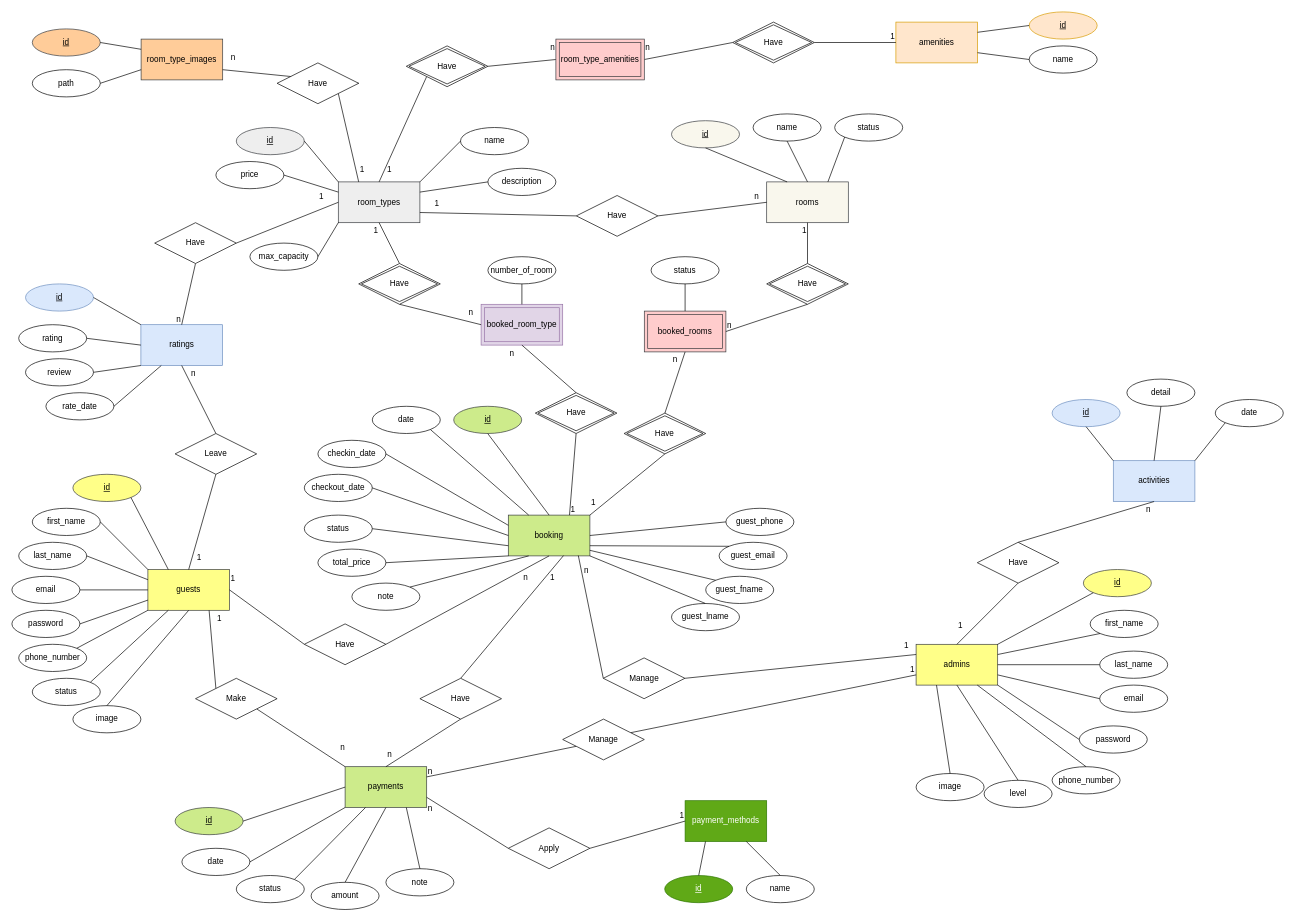
Before: db_design/hotel_project2.drawio in tamgtasa2611/hotel_project2, a draw.io diagram. Source tidied: cells renumbered, new cells numbered last; positions are measured from the earlier drawing's top-left corner, leaving out a move shared by most shapes. Both pictures are drawn from the tidied source at 68%, with x=0, y=0 at pixel (12, 12).
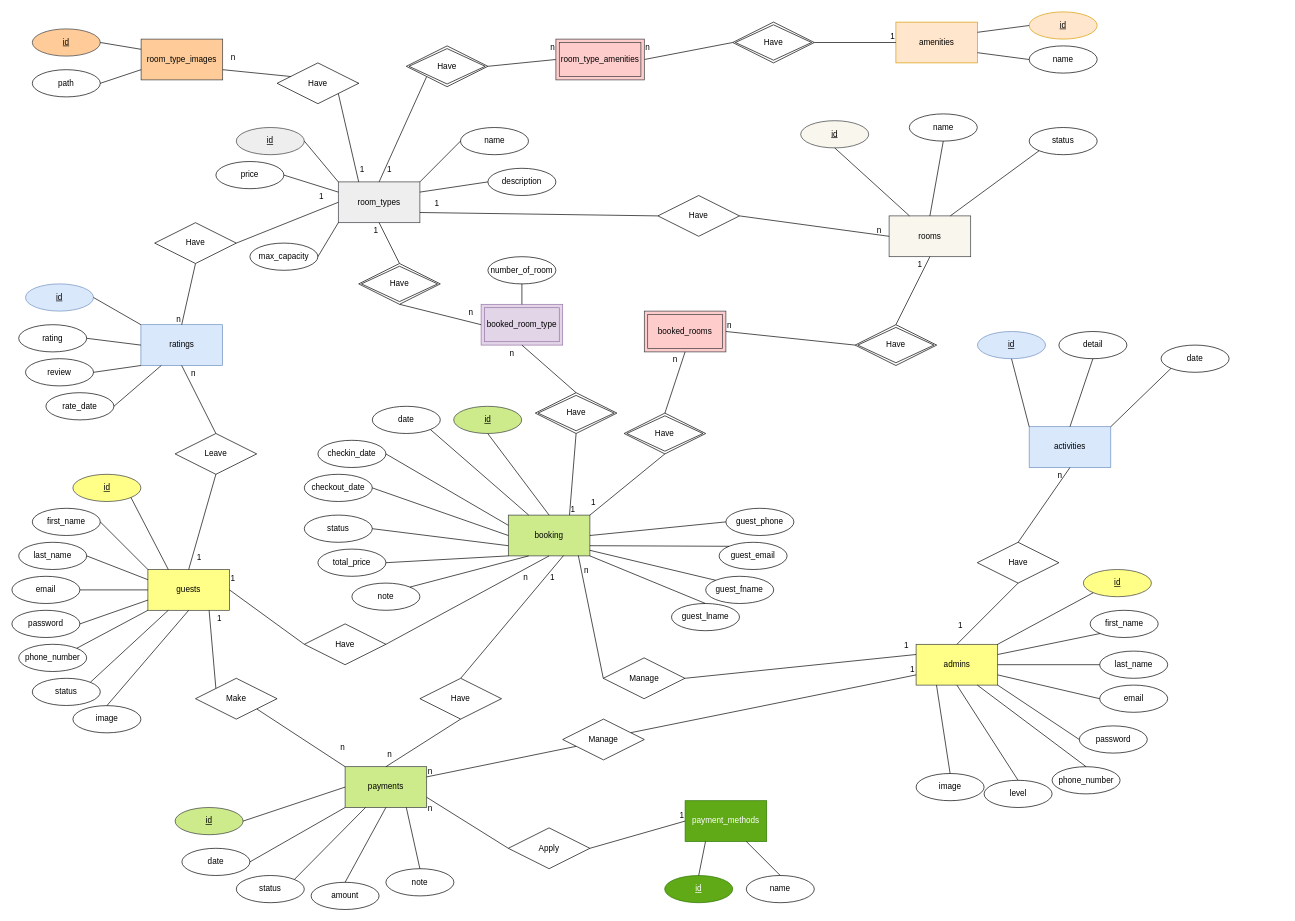
The same page after the edit.

Unchanged cells that the change refers to:
```xml
<mxCell id="127" style="endArrow=none;html=1;rounded=0;exitX=0.5;exitY=0;exitDx=0;exitDy=0;entryX=0.5;entryY=1;entryDx=0;entryDy=0;" parent="1" edge="1" source="131" target="120">
  <mxGeometry relative="1" as="geometry" />
</mxCell>
<mxCell id="185" value="booked_rooms" style="shape=ext;margin=3;double=1;whiteSpace=wrap;html=1;align=center;fillColor=#ffcccc;strokeColor=#36393d;" parent="1" vertex="1">
  <mxGeometry x="930" y="440" width="120" height="60" as="geometry" />
</mxCell>
<mxCell id="186" style="endArrow=none;html=1;rounded=0;exitX=0.5;exitY=0;exitDx=0;exitDy=0;entryX=0.5;entryY=1;entryDx=0;entryDy=0;" parent="1" edge="1" source="190" target="4">
  <mxGeometry relative="1" as="geometry" />
</mxCell>
```

What changed in the source:
```diff
@@
     <mxCell id="4" value="rooms" style="rounded=0;whiteSpace=wrap;html=1;fillColor=#f9f7ed;strokeColor=#36393d;" parent="1" vertex="1">
-      <mxGeometry x="1110" y="250" width="120" height="60" as="geometry" />
+      <mxGeometry x="1290" y="300" width="120" height="60" as="geometry" />
     </mxCell>
@@
     <mxCell id="14" value="&lt;u&gt;id&lt;/u&gt;" style="ellipse;whiteSpace=wrap;html=1;align=center;fillColor=#f9f7ed;strokeColor=#36393d;" parent="1" vertex="1">
-      <mxGeometry x="970" y="160" width="100" height="40" as="geometry" />
+      <mxGeometry x="1160" y="160" width="100" height="40" as="geometry" />
     </mxCell>
@@
     <mxCell id="16" value="name" style="ellipse;whiteSpace=wrap;html=1;align=center;" parent="1" vertex="1">
-      <mxGeometry x="1090" y="150" width="100" height="40" as="geometry" />
+      <mxGeometry x="1319.7" y="150" width="100" height="40" as="geometry" />
     </mxCell>
@@
     <mxCell id="22" value="Have" style="shape=rhombus;perimeter=rhombusPerimeter;whiteSpace=wrap;html=1;align=center;" parent="1" vertex="1">
-      <mxGeometry x="830" y="270" width="120" height="60" as="geometry" />
+      <mxGeometry x="950" y="270" width="120" height="60" as="geometry" />
     </mxCell>
@@
     <mxCell id="120" value="activities" style="rounded=0;whiteSpace=wrap;html=1;fillColor=#dae8fc;strokeColor=#6c8ebf;" parent="1" vertex="1">
-      <mxGeometry x="1619.7" y="660" width="120" height="60" as="geometry" />
+      <mxGeometry x="1496" y="610" width="120" height="60" as="geometry" />
     </mxCell>
     <mxCell id="121" value="&lt;u&gt;id&lt;/u&gt;" style="ellipse;whiteSpace=wrap;html=1;align=center;fillColor=#dae8fc;strokeColor=#6c8ebf;" parent="1" vertex="1">
-      <mxGeometry x="1529.7" y="570" width="100" height="40" as="geometry" />
+      <mxGeometry x="1420" y="470" width="100" height="40" as="geometry" />
     </mxCell>
@@
     <mxCell id="123" value="date" style="ellipse;whiteSpace=wrap;html=1;align=center;" parent="1" vertex="1">
-      <mxGeometry x="1769.7" y="570" width="100" height="40" as="geometry" />
+      <mxGeometry x="1690" y="490" width="100" height="40" as="geometry" />
     </mxCell>
@@
     <mxCell id="125" value="detail" style="ellipse;whiteSpace=wrap;html=1;align=center;" parent="1" vertex="1">
-      <mxGeometry x="1639.7" y="540" width="100" height="40" as="geometry" />
+      <mxGeometry x="1539.7" y="470" width="100" height="40" as="geometry" />
     </mxCell>
@@
     <mxCell id="128" value="n" style="html=1;whiteSpace=wrap;align=right;verticalAlign=bottom;" parent="127" vertex="1">
       <mxGeometry x="1" relative="1" as="geometry">
-        <mxPoint x="-4" y="20" as="offset" />
+        <mxPoint x="-10" y="20" as="offset" />
       </mxGeometry>
     </mxCell>
@@
     <mxCell id="151" value="status" style="ellipse;whiteSpace=wrap;html=1;align=center;" parent="1" vertex="1">
-      <mxGeometry x="1210" y="150" width="100" height="40" as="geometry" />
+      <mxGeometry x="1496" y="170" width="100" height="40" as="geometry" />
     </mxCell>
@@
     <mxCell id="187" value="1" style="html=1;whiteSpace=wrap;align=right;verticalAlign=bottom;" parent="186" vertex="1">
       <mxGeometry x="1" relative="1" as="geometry">
-        <mxPoint y="20" as="offset" />
+        <mxPoint x="-10" y="20" as="offset" />
       </mxGeometry>
     </mxCell>
-    <mxCell id="188" style="endArrow=none;html=1;rounded=0;exitX=1;exitY=0.5;exitDx=0;exitDy=0;entryX=0.5;entryY=1;entryDx=0;entryDy=0;" parent="1" edge="1" source="185" target="190">
+    <mxCell id="188" style="endArrow=none;html=1;rounded=0;exitX=1;exitY=0.5;exitDx=0;exitDy=0;entryX=0;entryY=0.5;entryDx=0;entryDy=0;" parent="1" edge="1" source="185" target="190">
       <mxGeometry relative="1" as="geometry" />
     </mxCell>
@@
     <mxCell id="190" value="Have" style="shape=rhombus;double=1;perimeter=rhombusPerimeter;whiteSpace=wrap;html=1;align=center;" parent="1" vertex="1">
-      <mxGeometry x="1110" y="370" width="120" height="60" as="geometry" />
+      <mxGeometry x="1240" y="460" width="120" height="60" as="geometry" />
     </mxCell>
@@
-    <mxCell id="196" value="status" style="ellipse;whiteSpace=wrap;html=1;align=center;" parent="1" vertex="1">
-      <mxGeometry x="940" y="360" width="100" height="40" as="geometry" />
-    </mxCell>
-    <mxCell id="197" style="endArrow=none;html=1;rounded=0;entryX=0.5;entryY=1;entryDx=0;entryDy=0;exitX=0.5;exitY=0;exitDx=0;exitDy=0;" parent="1" edge="1" source="185" target="196">
-      <mxGeometry relative="1" as="geometry" />
-    </mxCell>
```
